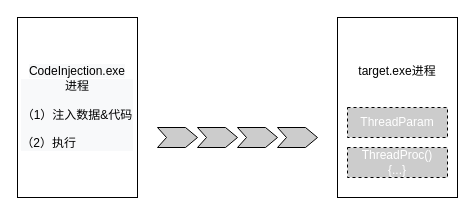
Above: 代码注入.drawio in cc-404/DrawioProjects (draw.io), before the change. Source tidied: cells renumbered, new cells numbered last; positions are measured from the earlier drawing's top-left corner, leaving out a move shared by most shapes. Both pictures are drawn from the tidied source at 100%, with x=0, y=0 at pixel (17, 17).
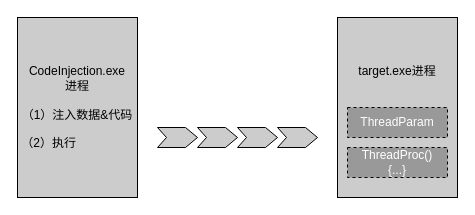
After the change.

Commit message (it also covers changes not shown here):
更新代码注入.drawio

Diff of the diagram source:
```diff
@@
 <mxGraphModel>
   <root>
     <mxCell id="0" />
     <mxCell id="1" parent="0" />
-    <mxCell id="2" value="&lt;span style=&quot;color: rgb(0, 0, 0); font-family: helvetica; font-size: 12px; font-style: normal; font-weight: 400; letter-spacing: normal; text-align: center; text-indent: 0px; text-transform: none; word-spacing: 0px; background-color: rgb(248, 249, 250); display: inline; float: none;&quot;&gt;CodeInjection.exe&lt;/span&gt;&lt;br style=&quot;color: rgb(0, 0, 0); font-family: helvetica; font-size: 12px; font-style: normal; font-weight: 400; letter-spacing: normal; text-align: center; text-indent: 0px; text-transform: none; word-spacing: 0px; background-color: rgb(248, 249, 250);&quot;&gt;&lt;div style=&quot;color: rgb(0, 0, 0); font-family: helvetica; font-size: 12px; font-style: normal; font-weight: 400; letter-spacing: normal; text-align: center; text-indent: 0px; text-transform: none; word-spacing: 0px; background-color: rgb(248, 249, 250);&quot;&gt;&lt;span&gt;进程&lt;/span&gt;&lt;/div&gt;&lt;div style=&quot;color: rgb(0, 0, 0); font-family: helvetica; font-size: 12px; font-style: normal; font-weight: 400; letter-spacing: normal; text-align: center; text-indent: 0px; text-transform: none; word-spacing: 0px; background-color: rgb(248, 249, 250);&quot;&gt;&lt;span&gt;&lt;br&gt;&lt;/span&gt;&lt;/div&gt;&lt;div style=&quot;color: rgb(0, 0, 0); font-family: helvetica; font-size: 12px; font-style: normal; font-weight: 400; letter-spacing: normal; text-align: center; text-indent: 0px; text-transform: none; word-spacing: 0px; background-color: rgb(248, 249, 250);&quot;&gt;（1）注入数据&amp;amp;代码&lt;/div&gt;&lt;div style=&quot;color: rgb(0, 0, 0); font-family: helvetica; font-size: 12px; font-style: normal; font-weight: 400; letter-spacing: normal; text-align: center; text-indent: 0px; text-transform: none; word-spacing: 0px; background-color: rgb(248, 249, 250);&quot;&gt;&lt;br&gt;&lt;/div&gt;&lt;div style=&quot;color: rgb(0, 0, 0); font-family: helvetica; font-size: 12px; font-style: normal; font-weight: 400; letter-spacing: normal; text-align: center; text-indent: 0px; text-transform: none; word-spacing: 0px; background-color: rgb(248, 249, 250);&quot;&gt;（2）执行&amp;nbsp; &amp;nbsp; &amp;nbsp; &amp;nbsp; &amp;nbsp; &amp;nbsp; &amp;nbsp; &amp;nbsp; &amp;nbsp;&lt;/div&gt;" style="rounded=0;whiteSpace=wrap;html=1;" parent="1" vertex="1">
+    <mxCell id="2" value="&lt;span style=&quot;background-color: rgb(204 , 204 , 204)&quot;&gt;&lt;span style=&quot;color: rgb(0 , 0 , 0) ; font-family: &amp;#34;helvetica&amp;#34; ; font-size: 12px ; font-style: normal ; font-weight: 400 ; letter-spacing: normal ; text-align: center ; text-indent: 0px ; text-transform: none ; word-spacing: 0px ; display: inline ; float: none&quot;&gt;CodeInjection.exe&lt;/span&gt;&lt;br style=&quot;color: rgb(0 , 0 , 0) ; font-family: &amp;#34;helvetica&amp;#34; ; font-size: 12px ; font-style: normal ; font-weight: 400 ; letter-spacing: normal ; text-align: center ; text-indent: 0px ; text-transform: none ; word-spacing: 0px&quot;&gt;&lt;/span&gt;&lt;div style=&quot;color: rgb(0 , 0 , 0) ; font-family: &amp;#34;helvetica&amp;#34; ; font-size: 12px ; font-style: normal ; font-weight: 400 ; letter-spacing: normal ; text-align: center ; text-indent: 0px ; text-transform: none ; word-spacing: 0px&quot;&gt;&lt;span style=&quot;background-color: rgb(204 , 204 , 204)&quot;&gt;进程&lt;/span&gt;&lt;/div&gt;&lt;div style=&quot;color: rgb(0 , 0 , 0) ; font-family: &amp;#34;helvetica&amp;#34; ; font-size: 12px ; font-style: normal ; font-weight: 400 ; letter-spacing: normal ; text-align: center ; text-indent: 0px ; text-transform: none ; word-spacing: 0px&quot;&gt;&lt;span style=&quot;background-color: rgb(204 , 204 , 204)&quot;&gt;&lt;br&gt;&lt;/span&gt;&lt;/div&gt;&lt;div style=&quot;color: rgb(0 , 0 , 0) ; font-family: &amp;#34;helvetica&amp;#34; ; font-size: 12px ; font-style: normal ; font-weight: 400 ; letter-spacing: normal ; text-align: center ; text-indent: 0px ; text-transform: none ; word-spacing: 0px&quot;&gt;&lt;span style=&quot;background-color: rgb(204 , 204 , 204)&quot;&gt;（1）注入数据&amp;amp;代码&lt;/span&gt;&lt;/div&gt;&lt;div style=&quot;color: rgb(0 , 0 , 0) ; font-family: &amp;#34;helvetica&amp;#34; ; font-size: 12px ; font-style: normal ; font-weight: 400 ; letter-spacing: normal ; text-align: center ; text-indent: 0px ; text-transform: none ; word-spacing: 0px&quot;&gt;&lt;span style=&quot;background-color: rgb(204 , 204 , 204)&quot;&gt;&lt;br&gt;&lt;/span&gt;&lt;/div&gt;&lt;div style=&quot;color: rgb(0 , 0 , 0) ; font-family: &amp;#34;helvetica&amp;#34; ; font-size: 12px ; font-style: normal ; font-weight: 400 ; letter-spacing: normal ; text-align: center ; text-indent: 0px ; text-transform: none ; word-spacing: 0px&quot;&gt;&lt;span style=&quot;background-color: rgb(204 , 204 , 204)&quot;&gt;（2）执行&amp;nbsp; &amp;nbsp; &amp;nbsp; &amp;nbsp; &amp;nbsp; &amp;nbsp; &amp;nbsp; &amp;nbsp; &amp;nbsp;&lt;/span&gt;&lt;/div&gt;" style="rounded=0;whiteSpace=wrap;html=1;fillColor=#CCCCCC;" parent="1" vertex="1">
       <mxGeometry width="120" height="180" as="geometry" />
     </mxCell>
-    <mxCell id="3" value="&lt;font face=&quot;helvetica&quot;&gt;target.exe进程&lt;br&gt;&lt;br&gt;&lt;br&gt;&lt;br&gt;&lt;br&gt;&lt;br&gt;&lt;/font&gt;" style="rounded=0;whiteSpace=wrap;html=1;" parent="1" vertex="1">
+    <mxCell id="3" value="&lt;font face=&quot;helvetica&quot;&gt;target.exe进程&lt;br&gt;&lt;br&gt;&lt;br&gt;&lt;br&gt;&lt;br&gt;&lt;br&gt;&lt;/font&gt;" style="rounded=0;whiteSpace=wrap;html=1;fillColor=#CCCCCC;" parent="1" vertex="1">
       <mxGeometry x="320" width="120" height="180" as="geometry" />
     </mxCell>
-    <mxCell id="4" value="&lt;font color=&quot;#ffffff&quot;&gt;ThreadParam&lt;/font&gt;" style="rounded=0;whiteSpace=wrap;html=1;dashed=1;fillColor=#CCCCCC;" parent="1" vertex="1">
+    <mxCell id="4" value="&lt;font color=&quot;#ffffff&quot;&gt;ThreadParam&lt;/font&gt;" style="rounded=0;whiteSpace=wrap;html=1;dashed=1;fillColor=#999999;" parent="1" vertex="1">
       <mxGeometry x="330" y="90" width="100" height="30" as="geometry" />
     </mxCell>
-    <mxCell id="5" value="&lt;font color=&quot;#ffffff&quot;&gt;ThreadProc()&lt;br&gt;{...}&lt;br&gt;&lt;/font&gt;" style="rounded=0;whiteSpace=wrap;html=1;dashed=1;fillColor=#CCCCCC;" parent="1" vertex="1">
+    <mxCell id="5" value="&lt;font color=&quot;#ffffff&quot;&gt;ThreadProc()&lt;br&gt;{...}&lt;br&gt;&lt;/font&gt;" style="rounded=0;whiteSpace=wrap;html=1;dashed=1;fillColor=#999999;" parent="1" vertex="1">
       <mxGeometry x="330" y="130" width="100" height="30" as="geometry" />
     </mxCell>
     <mxCell id="6" style="html=1;shadow=0;dashed=0;align=center;verticalAlign=middle;shape=mxgraph.arrows2.arrow;dy=0;dx=12;notch=9;fontColor=#FFFFFF;fillColor=#CCCCCC;" parent="1" vertex="1">
       <mxGeometry x="140" y="110" width="40" height="20" as="geometry" />
     </mxCell>
     <mxCell id="7" style="html=1;shadow=0;dashed=0;align=center;verticalAlign=middle;shape=mxgraph.arrows2.arrow;dy=0;dx=12;notch=9;fontColor=#FFFFFF;fillColor=#CCCCCC;" parent="1" vertex="1">
       <mxGeometry x="180" y="110" width="40" height="20" as="geometry" />
     </mxCell>
     <mxCell id="8" style="html=1;shadow=0;dashed=0;align=center;verticalAlign=middle;shape=mxgraph.arrows2.arrow;dy=0;dx=12;notch=9;fontColor=#FFFFFF;fillColor=#CCCCCC;" parent="1" vertex="1">
       <mxGeometry x="220" y="110" width="40" height="20" as="geometry" />
     </mxCell>
     <mxCell id="9" style="html=1;shadow=0;dashed=0;align=center;verticalAlign=middle;shape=mxgraph.arrows2.arrow;dy=0;dx=12;notch=9;fontColor=#FFFFFF;fillColor=#CCCCCC;" parent="1" vertex="1">
       <mxGeometry x="260" y="110" width="40" height="20" as="geometry" />
     </mxCell>
   </root>
 </mxGraphModel>
```
